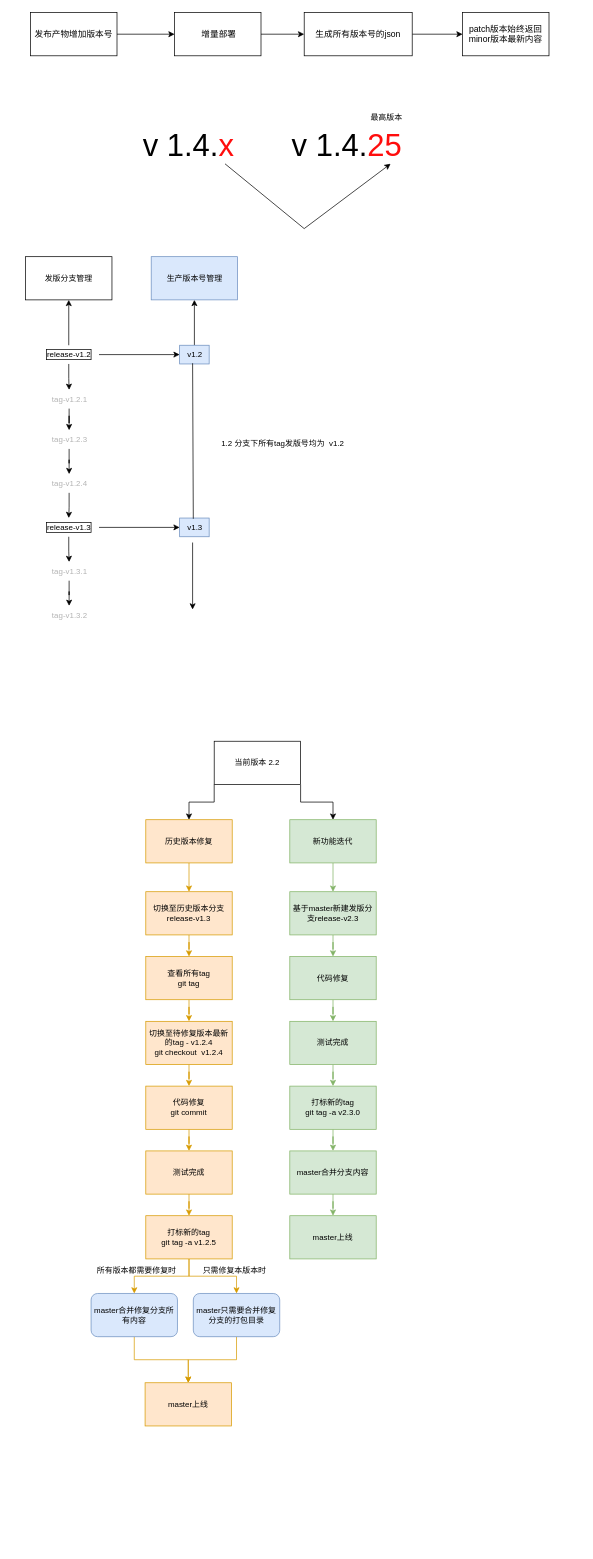
This is 组件平台版本化.drawio from senyawang/drawio, a draw.io file, before an edit. Source tidied: cells renumbered, new cells numbered last; positions are measured from the earlier drawing's top-left corner, leaving out a move shared by most shapes. Both pictures are drawn from the tidied source at 72%, with x=0, y=0 at pixel (25, 12).
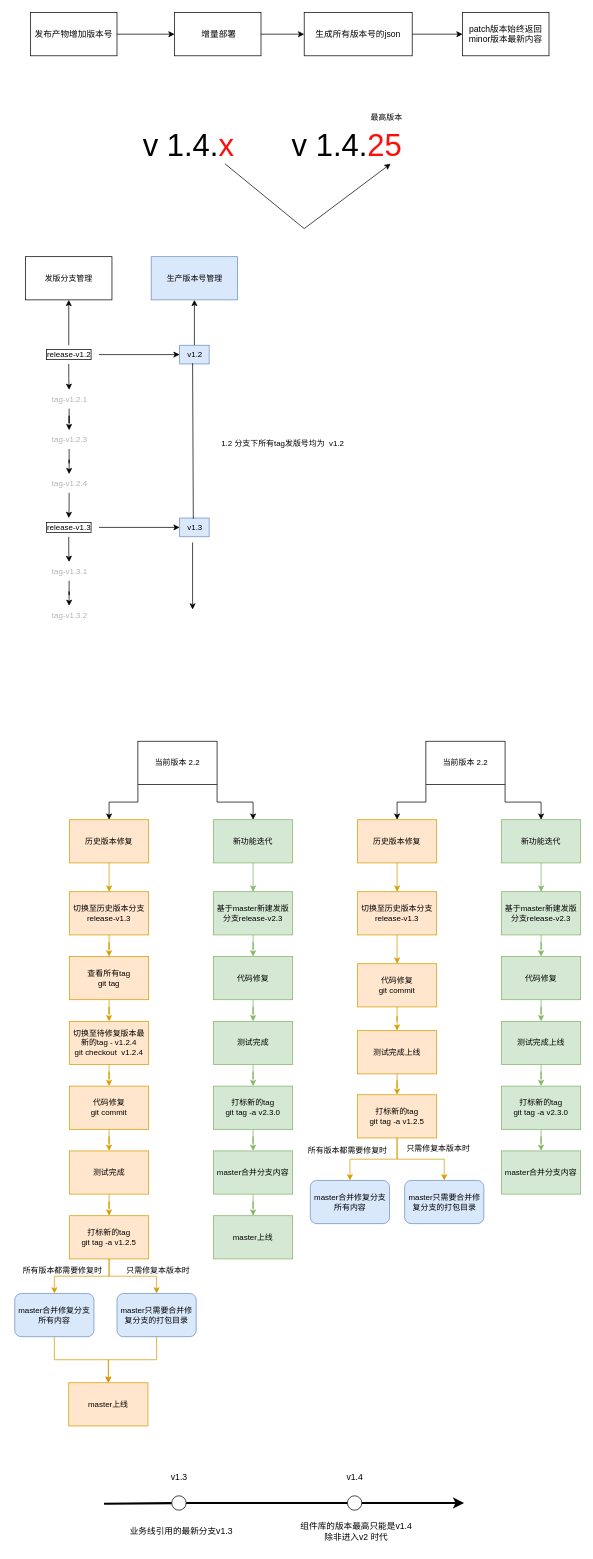
After the change.

Commit message:
更新组件平台版本化.drawio

Change to the diagram source:
```diff
@@
     <mxCell id="38" value="历史版本修复" style="rounded=0;whiteSpace=wrap;html=1;labelBackgroundColor=none;labelBorderColor=none;fontSize=11;fillColor=#ffe6cc;strokeColor=#d79b00;" parent="1" vertex="1">
-      <mxGeometry x="167" y="1121" width="120" height="60" as="geometry" />
+      <mxGeometry x="61" y="1121" width="110" height="60" as="geometry" />
     </mxCell>
@@
     <mxCell id="40" value="新功能迭代" style="rounded=0;whiteSpace=wrap;html=1;labelBackgroundColor=none;labelBorderColor=none;fontSize=11;fillColor=#d5e8d4;strokeColor=#82b366;" parent="1" vertex="1">
-      <mxGeometry x="367" y="1121" width="120" height="60" as="geometry" />
+      <mxGeometry x="261" y="1121" width="110" height="60" as="geometry" />
     </mxCell>
@@
     <mxCell id="42" value="切换至历史版本分支&lt;br&gt;release-v1.3" style="rounded=0;whiteSpace=wrap;html=1;labelBackgroundColor=none;labelBorderColor=none;fontSize=11;fillColor=#ffe6cc;strokeColor=#d79b00;" parent="1" vertex="1">
-      <mxGeometry x="167" y="1221" width="120" height="60" as="geometry" />
+      <mxGeometry x="61" y="1221" width="110" height="60" as="geometry" />
     </mxCell>
@@
     <mxCell id="44" value="基于master新建发版分支release-v2.3" style="rounded=0;whiteSpace=wrap;html=1;labelBackgroundColor=none;labelBorderColor=none;fontSize=11;fillColor=#d5e8d4;strokeColor=#82b366;" parent="1" vertex="1">
-      <mxGeometry x="367" y="1221" width="120" height="60" as="geometry" />
+      <mxGeometry x="261" y="1221" width="110" height="60" as="geometry" />
     </mxCell>
@@
     <mxCell id="47" value="&lt;span style=&quot;&quot;&gt;当前版本 2.2&lt;/span&gt;" style="rounded=0;whiteSpace=wrap;html=1;labelBackgroundColor=none;labelBorderColor=none;fontSize=11;fontColor=#000000;" parent="1" vertex="1">
-      <mxGeometry x="262" y="1012" width="120" height="60" as="geometry" />
+      <mxGeometry x="156" y="1012" width="110" height="60" as="geometry" />
     </mxCell>
@@
     <mxCell id="49" value="查看所有tag&lt;br&gt;git tag" style="rounded=0;whiteSpace=wrap;html=1;labelBackgroundColor=none;labelBorderColor=none;fontSize=11;fillColor=#ffe6cc;strokeColor=#d79b00;" parent="1" vertex="1">
-      <mxGeometry x="167" y="1311" width="120" height="60" as="geometry" />
+      <mxGeometry x="61" y="1311" width="110" height="60" as="geometry" />
     </mxCell>
@@
     <mxCell id="51" value="切换至待修复版本最新的tag - v1.2.4&lt;br&gt;git checkout&amp;nbsp; v1.2.4" style="rounded=0;whiteSpace=wrap;html=1;labelBackgroundColor=none;labelBorderColor=none;fontSize=11;fillColor=#ffe6cc;strokeColor=#d79b00;" parent="1" vertex="1">
-      <mxGeometry x="167" y="1401" width="120" height="60" as="geometry" />
+      <mxGeometry x="61" y="1401" width="110" height="60" as="geometry" />
     </mxCell>
@@
     <mxCell id="53" value="代码修复&lt;br&gt;git commit" style="rounded=0;whiteSpace=wrap;html=1;labelBackgroundColor=none;labelBorderColor=none;fontSize=11;fillColor=#ffe6cc;strokeColor=#d79b00;" parent="1" vertex="1">
-      <mxGeometry x="167" y="1491" width="120" height="60" as="geometry" />
+      <mxGeometry x="61" y="1491" width="110" height="60" as="geometry" />
     </mxCell>
@@
     <mxCell id="55" value="测试完成" style="rounded=0;whiteSpace=wrap;html=1;labelBackgroundColor=none;labelBorderColor=none;fontSize=11;fillColor=#ffe6cc;strokeColor=#d79b00;" parent="1" vertex="1">
-      <mxGeometry x="167" y="1581" width="120" height="60" as="geometry" />
+      <mxGeometry x="61" y="1581" width="110" height="60" as="geometry" />
     </mxCell>
@@
     <mxCell id="58" value="打标新的tag&lt;br&gt;git tag -a v1.2.5" style="rounded=0;whiteSpace=wrap;html=1;labelBackgroundColor=none;labelBorderColor=none;fontSize=11;fillColor=#ffe6cc;strokeColor=#d79b00;" parent="1" vertex="1">
-      <mxGeometry x="167" y="1671" width="120" height="60" as="geometry" />
+      <mxGeometry x="61" y="1671" width="110" height="60" as="geometry" />
     </mxCell>
@@
     <mxCell id="60" value="master只需要合并修复分支的打包目录" style="rounded=1;whiteSpace=wrap;html=1;labelBackgroundColor=none;labelBorderColor=none;fontSize=11;fillColor=#dae8fc;strokeColor=#6c8ebf;" parent="1" vertex="1">
-      <mxGeometry x="233" y="1779" width="120" height="60" as="geometry" />
+      <mxGeometry x="127" y="1779" width="110" height="60" as="geometry" />
     </mxCell>
     <mxCell id="61" value="master上线" style="rounded=0;whiteSpace=wrap;html=1;labelBackgroundColor=none;labelBorderColor=none;fontSize=11;fillColor=#ffe6cc;strokeColor=#d79b00;" parent="1" vertex="1">
-      <mxGeometry x="166" y="1903" width="120" height="60" as="geometry" />
+      <mxGeometry x="60" y="1903" width="110" height="60" as="geometry" />
     </mxCell>
@@
     <mxCell id="63" value="master合并修复分支所有内容" style="whiteSpace=wrap;html=1;fontSize=11;fillColor=#dae8fc;strokeColor=#6c8ebf;rounded=1;labelBackgroundColor=none;labelBorderColor=none;" parent="1" vertex="1">
-      <mxGeometry x="91" y="1779" width="120" height="60" as="geometry" />
+      <mxGeometry x="-15" y="1779" width="110" height="60" as="geometry" />
     </mxCell>
     <mxCell id="64" value="只需修复本版本时" style="text;html=1;align=center;verticalAlign=middle;strokeColor=none;fillColor=none;fontSize=11;fontColor=#000000;" parent="1" vertex="1">
-      <mxGeometry x="233" y="1734" width="114" height="26" as="geometry" />
+      <mxGeometry x="127" y="1734" width="114" height="26" as="geometry" />
     </mxCell>
     <mxCell id="65" value="所有版本都需要修复时" style="text;html=1;align=center;verticalAlign=middle;strokeColor=none;fillColor=none;fontSize=11;fontColor=#000000;" parent="1" vertex="1">
-      <mxGeometry x="85" y="1734" width="138" height="26" as="geometry" />
+      <mxGeometry x="-18" y="1734" width="138" height="26" as="geometry" />
     </mxCell>
@@
     <mxCell id="67" value="代码修复" style="rounded=0;whiteSpace=wrap;html=1;labelBackgroundColor=none;labelBorderColor=none;fontSize=11;fillColor=#d5e8d4;strokeColor=#82b366;" parent="1" vertex="1">
-      <mxGeometry x="367" y="1311" width="120" height="60" as="geometry" />
+      <mxGeometry x="261" y="1311" width="110" height="60" as="geometry" />
     </mxCell>
@@
     <mxCell id="69" value="测试完成" style="rounded=0;whiteSpace=wrap;html=1;labelBackgroundColor=none;labelBorderColor=none;fontSize=11;fillColor=#d5e8d4;strokeColor=#82b366;" parent="1" vertex="1">
-      <mxGeometry x="367" y="1401" width="120" height="60" as="geometry" />
+      <mxGeometry x="261" y="1401" width="110" height="60" as="geometry" />
     </mxCell>
@@
     <mxCell id="71" value="打标新的tag&lt;br style=&quot;border-color: var(--border-color);&quot;&gt;git tag -a v2.3.0" style="rounded=0;whiteSpace=wrap;html=1;labelBackgroundColor=none;labelBorderColor=none;fontSize=11;fillColor=#d5e8d4;strokeColor=#82b366;" parent="1" vertex="1">
-      <mxGeometry x="367" y="1491" width="120" height="60" as="geometry" />
+      <mxGeometry x="261" y="1491" width="110" height="60" as="geometry" />
     </mxCell>
@@
     <mxCell id="73" value="master合并分支内容" style="rounded=0;whiteSpace=wrap;html=1;labelBackgroundColor=none;labelBorderColor=none;fontSize=11;fillColor=#d5e8d4;strokeColor=#82b366;" parent="1" vertex="1">
-      <mxGeometry x="367" y="1581" width="120" height="60" as="geometry" />
+      <mxGeometry x="261" y="1581" width="110" height="60" as="geometry" />
     </mxCell>
     <mxCell id="74" value="master上线" style="rounded=0;whiteSpace=wrap;html=1;labelBackgroundColor=none;labelBorderColor=none;fontSize=11;fillColor=#d5e8d4;strokeColor=#82b366;" parent="1" vertex="1">
-      <mxGeometry x="367" y="1671" width="120" height="60" as="geometry" />
+      <mxGeometry x="261" y="1671" width="110" height="60" as="geometry" />
     </mxCell>
+    <mxCell id="75" style="endArrow=classic;html=1;rounded=0;strokeWidth=3;startArrow=none;" parent="1" edge="1" source="81">
+      <mxGeometry relative="1" as="geometry">
+        <mxPoint x="609" y="2070" as="targetPoint" />
+      </mxGeometry>
+    </mxCell>
+    <mxCell id="76" style="endArrow=none;html=1;rounded=0;strokeWidth=3;" parent="1" edge="1" target="77">
+      <mxGeometry relative="1" as="geometry">
+        <mxPoint x="109" y="2071" as="sourcePoint" />
+      </mxGeometry>
+    </mxCell>
+    <mxCell id="77" style="ellipse;whiteSpace=wrap;html=1;" parent="1" vertex="1">
+      <mxGeometry x="203" y="2060" width="20" height="20" as="geometry" />
+    </mxCell>
+    <mxCell id="78" value="v1.3" style="text;html=1;align=center;verticalAlign=middle;strokeColor=none;fillColor=none;" parent="1" vertex="1">
+      <mxGeometry x="188" y="2020" width="50" height="30" as="geometry" />
+    </mxCell>
+    <mxCell id="79" value="业务线引用的最新分支v1.3" style="text;html=1;align=center;verticalAlign=middle;strokeColor=none;fillColor=none;" parent="1" vertex="1">
+      <mxGeometry x="131" y="2095" width="170" height="30" as="geometry" />
+    </mxCell>
+    <mxCell id="80" style="endArrow=none;html=1;rounded=0;strokeWidth=3;startArrow=none;" parent="1" edge="1" source="77" target="81">
+      <mxGeometry relative="1" as="geometry" />
+    </mxCell>
+    <mxCell id="81" style="ellipse;whiteSpace=wrap;html=1;" parent="1" vertex="1">
+      <mxGeometry x="447" y="2060" width="20" height="20" as="geometry" />
+    </mxCell>
+    <mxCell id="82" value="v1.4" style="text;html=1;align=center;verticalAlign=middle;strokeColor=none;fillColor=none;" parent="1" vertex="1">
+      <mxGeometry x="432" y="2020" width="50" height="30" as="geometry" />
+    </mxCell>
+    <mxCell id="83" value="组件库的版本最高只能是v1.4&lt;br&gt;除非进入v2 时代" style="text;html=1;align=center;verticalAlign=middle;strokeColor=none;fillColor=none;" parent="1" vertex="1">
+      <mxGeometry x="369" y="2090" width="180" height="40" as="geometry" />
+    </mxCell>
+    <mxCell id="84" style="edgeStyle=orthogonalEdgeStyle;rounded=0;jettySize=auto;html=1;fontSize=11;fontColor=#000000;fillColor=#ffe6cc;strokeColor=#d79b00;" parent="1" edge="1" source="85" target="89">
+      <mxGeometry relative="1" as="geometry" />
+    </mxCell>
+    <mxCell id="85" value="历史版本修复" style="rounded=0;whiteSpace=wrap;html=1;labelBackgroundColor=none;labelBorderColor=none;fontSize=11;fillColor=#ffe6cc;strokeColor=#d79b00;" parent="1" vertex="1">
+      <mxGeometry x="461" y="1121" width="110" height="60" as="geometry" />
+    </mxCell>
+    <mxCell id="86" style="edgeStyle=orthogonalEdgeStyle;rounded=0;jettySize=auto;html=1;fontSize=11;fontColor=#000000;fillColor=#d5e8d4;strokeColor=#82b366;" parent="1" edge="1" source="87" target="91">
+      <mxGeometry relative="1" as="geometry" />
+    </mxCell>
+    <mxCell id="87" value="新功能迭代" style="rounded=0;whiteSpace=wrap;html=1;labelBackgroundColor=none;labelBorderColor=none;fontSize=11;fillColor=#d5e8d4;strokeColor=#82b366;" parent="1" vertex="1">
+      <mxGeometry x="661" y="1121" width="110" height="60" as="geometry" />
+    </mxCell>
+    <mxCell id="88" style="edgeStyle=orthogonalEdgeStyle;rounded=0;jettySize=auto;html=1;fontSize=11;fontColor=#000000;fillColor=#ffe6cc;strokeColor=#d79b00;" parent="1" edge="1" source="89" target="96">
+      <mxGeometry relative="1" as="geometry" />
+    </mxCell>
+    <mxCell id="89" value="切换至历史版本分支&lt;br&gt;release-v1.3" style="rounded=0;whiteSpace=wrap;html=1;labelBackgroundColor=none;labelBorderColor=none;fontSize=11;fillColor=#ffe6cc;strokeColor=#d79b00;" parent="1" vertex="1">
+      <mxGeometry x="461" y="1221" width="110" height="60" as="geometry" />
+    </mxCell>
+    <mxCell id="90" style="edgeStyle=orthogonalEdgeStyle;rounded=0;jettySize=auto;html=1;fontSize=11;fontColor=#000000;fillColor=#d5e8d4;strokeColor=#82b366;" parent="1" edge="1" source="91" target="107">
+      <mxGeometry relative="1" as="geometry" />
+    </mxCell>
+    <mxCell id="91" value="基于master新建发版分支release-v2.3" style="rounded=0;whiteSpace=wrap;html=1;labelBackgroundColor=none;labelBorderColor=none;fontSize=11;fillColor=#d5e8d4;strokeColor=#82b366;" parent="1" vertex="1">
+      <mxGeometry x="661" y="1221" width="110" height="60" as="geometry" />
+    </mxCell>
+    <mxCell id="92" style="edgeStyle=orthogonalEdgeStyle;rounded=0;jettySize=auto;html=1;exitX=0;exitY=1;exitDx=0;exitDy=0;entryX=0.5;entryY=0;entryDx=0;entryDy=0;fontSize=11;fontColor=#000000;" parent="1" edge="1" source="94" target="85">
+      <mxGeometry relative="1" as="geometry" />
+    </mxCell>
+    <mxCell id="93" style="edgeStyle=orthogonalEdgeStyle;rounded=0;jettySize=auto;html=1;exitX=1;exitY=1;exitDx=0;exitDy=0;entryX=0.5;entryY=0;entryDx=0;entryDy=0;fontSize=11;fontColor=#000000;" parent="1" edge="1" source="94" target="87">
+      <mxGeometry relative="1" as="geometry" />
+    </mxCell>
+    <mxCell id="94" value="&lt;span style=&quot;&quot;&gt;当前版本 2.2&lt;/span&gt;" style="rounded=0;whiteSpace=wrap;html=1;labelBackgroundColor=none;labelBorderColor=none;fontSize=11;fontColor=#000000;" parent="1" vertex="1">
+      <mxGeometry x="556" y="1012" width="110" height="60" as="geometry" />
+    </mxCell>
+    <mxCell id="95" style="edgeStyle=orthogonalEdgeStyle;rounded=0;jettySize=auto;html=1;fontSize=11;fontColor=#000000;fillColor=#ffe6cc;strokeColor=#d79b00;" parent="1" edge="1" source="96" target="98">
+      <mxGeometry relative="1" as="geometry" />
+    </mxCell>
+    <mxCell id="96" value="代码修复&lt;br&gt;git commit" style="rounded=0;whiteSpace=wrap;html=1;labelBackgroundColor=none;labelBorderColor=none;fontSize=11;fillColor=#ffe6cc;strokeColor=#d79b00;" parent="1" vertex="1">
+      <mxGeometry x="461" y="1321" width="110" height="60" as="geometry" />
+    </mxCell>
+    <mxCell id="97" style="edgeStyle=orthogonalEdgeStyle;rounded=0;jettySize=auto;html=1;fontSize=11;fontColor=#000000;fillColor=#ffe6cc;strokeColor=#d79b00;" parent="1" edge="1" source="98" target="101">
+      <mxGeometry relative="1" as="geometry" />
+    </mxCell>
+    <mxCell id="98" value="测试完成上线" style="rounded=0;whiteSpace=wrap;html=1;labelBackgroundColor=none;labelBorderColor=none;fontSize=11;fillColor=#ffe6cc;strokeColor=#d79b00;" parent="1" vertex="1">
+      <mxGeometry x="461" y="1414" width="110" height="60" as="geometry" />
+    </mxCell>
+    <mxCell id="99" style="edgeStyle=orthogonalEdgeStyle;rounded=0;jettySize=auto;html=1;fontSize=11;fontColor=#000000;fillColor=#ffe6cc;strokeColor=#d79b00;" parent="1" edge="1" source="101" target="102">
+      <mxGeometry relative="1" as="geometry" />
+    </mxCell>
+    <mxCell id="100" style="edgeStyle=orthogonalEdgeStyle;rounded=0;jettySize=auto;html=1;exitX=0.5;exitY=1;exitDx=0;exitDy=0;entryX=0.5;entryY=0;entryDx=0;entryDy=0;fontSize=11;fontColor=#000000;fillColor=#ffe6cc;strokeColor=#d79b00;" parent="1" edge="1" source="101" target="103">
+      <mxGeometry relative="1" as="geometry" />
+    </mxCell>
+    <mxCell id="101" value="打标新的tag&lt;br&gt;git tag -a v1.2.5" style="rounded=0;whiteSpace=wrap;html=1;labelBackgroundColor=none;labelBorderColor=none;fontSize=11;fillColor=#ffe6cc;strokeColor=#d79b00;" parent="1" vertex="1">
+      <mxGeometry x="461" y="1503" width="110" height="60" as="geometry" />
+    </mxCell>
+    <mxCell id="102" value="master只需要合并修复分支的打包目录" style="rounded=1;whiteSpace=wrap;html=1;labelBackgroundColor=none;labelBorderColor=none;fontSize=11;fillColor=#dae8fc;strokeColor=#6c8ebf;" parent="1" vertex="1">
+      <mxGeometry x="526.5" y="1622" width="110" height="60" as="geometry" />
+    </mxCell>
+    <mxCell id="103" value="master合并修复分支所有内容" style="whiteSpace=wrap;html=1;fontSize=11;fillColor=#dae8fc;strokeColor=#6c8ebf;rounded=1;labelBackgroundColor=none;labelBorderColor=none;" parent="1" vertex="1">
+      <mxGeometry x="395.5" y="1622" width="110" height="60" as="geometry" />
+    </mxCell>
+    <mxCell id="104" value="只需修复本版本时" style="text;html=1;align=center;verticalAlign=middle;strokeColor=none;fillColor=none;fontSize=11;fontColor=#000000;" parent="1" vertex="1">
+      <mxGeometry x="516" y="1565" width="114" height="26" as="geometry" />
+    </mxCell>
+    <mxCell id="105" value="所有版本都需要修复时" style="text;html=1;align=center;verticalAlign=middle;strokeColor=none;fillColor=none;fontSize=11;fontColor=#000000;" parent="1" vertex="1">
+      <mxGeometry x="378" y="1567" width="138" height="26" as="geometry" />
+    </mxCell>
+    <mxCell id="106" style="edgeStyle=orthogonalEdgeStyle;rounded=0;jettySize=auto;html=1;fontSize=11;fontColor=#000000;fillColor=#d5e8d4;strokeColor=#82b366;" parent="1" edge="1" source="107" target="109">
+      <mxGeometry relative="1" as="geometry" />
+    </mxCell>
+    <mxCell id="107" value="代码修复" style="rounded=0;whiteSpace=wrap;html=1;labelBackgroundColor=none;labelBorderColor=none;fontSize=11;fillColor=#d5e8d4;strokeColor=#82b366;" parent="1" vertex="1">
+      <mxGeometry x="661" y="1311" width="110" height="60" as="geometry" />
+    </mxCell>
+    <mxCell id="108" style="edgeStyle=orthogonalEdgeStyle;rounded=0;jettySize=auto;html=1;fontSize=11;fontColor=#000000;fillColor=#d5e8d4;strokeColor=#82b366;" parent="1" edge="1" source="109" target="111">
+      <mxGeometry relative="1" as="geometry" />
+    </mxCell>
+    <mxCell id="109" value="测试完成上线" style="rounded=0;whiteSpace=wrap;html=1;labelBackgroundColor=none;labelBorderColor=none;fontSize=11;fillColor=#d5e8d4;strokeColor=#82b366;" parent="1" vertex="1">
+      <mxGeometry x="661" y="1401" width="110" height="60" as="geometry" />
+    </mxCell>
+    <mxCell id="110" style="edgeStyle=orthogonalEdgeStyle;rounded=0;jettySize=auto;html=1;fontSize=11;fontColor=#000000;fillColor=#d5e8d4;strokeColor=#82b366;" parent="1" edge="1" source="111" target="112">
+      <mxGeometry relative="1" as="geometry" />
+    </mxCell>
+    <mxCell id="111" value="打标新的tag&lt;br style=&quot;border-color: var(--border-color);&quot;&gt;git tag -a v2.3.0" style="rounded=0;whiteSpace=wrap;html=1;labelBackgroundColor=none;labelBorderColor=none;fontSize=11;fillColor=#d5e8d4;strokeColor=#82b366;" parent="1" vertex="1">
+      <mxGeometry x="661" y="1491" width="110" height="60" as="geometry" />
+    </mxCell>
+    <mxCell id="112" value="master合并分支内容" style="rounded=0;whiteSpace=wrap;html=1;labelBackgroundColor=none;labelBorderColor=none;fontSize=11;fillColor=#d5e8d4;strokeColor=#82b366;" parent="1" vertex="1">
+      <mxGeometry x="661" y="1581" width="110" height="60" as="geometry" />
+    </mxCell>
```
